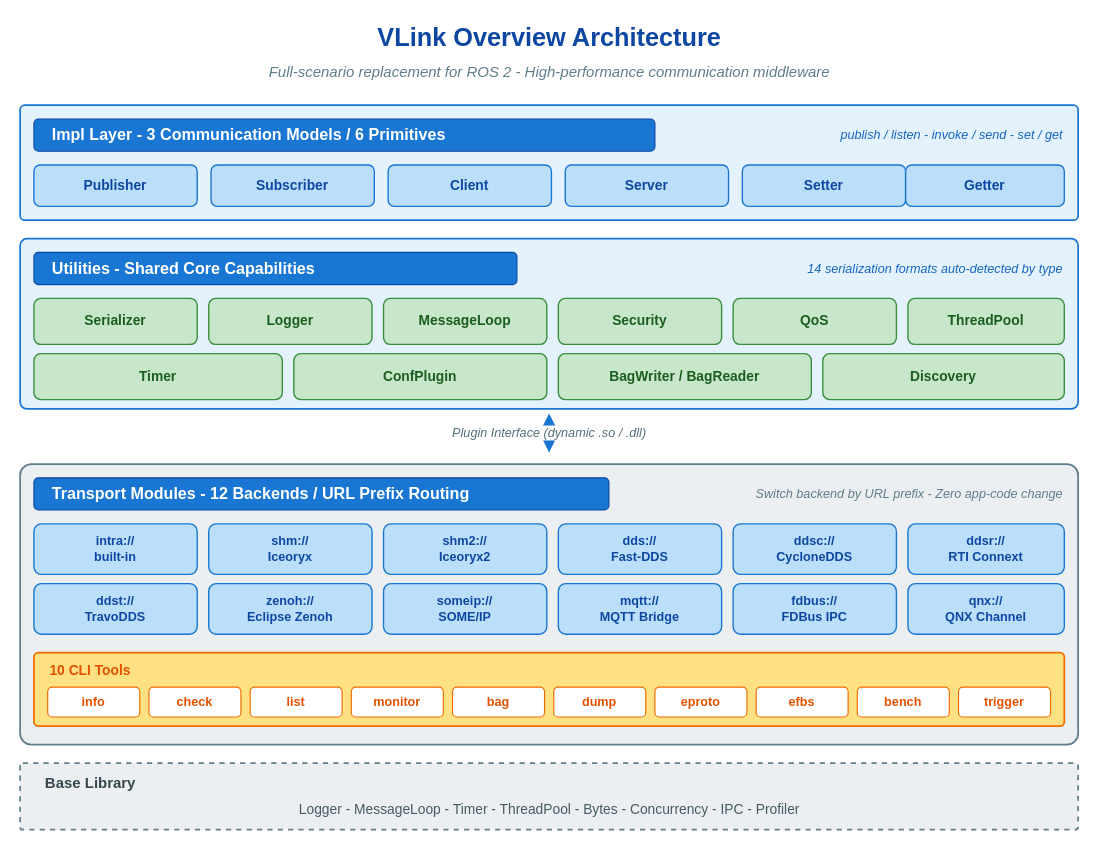
Earlier version of the draw.io diagram doc/images/overview-architecture.drawio (thun-res/vlink). Source tidied: cells renumbered, new cells numbered last; positions are measured from the earlier drawing's top-left corner, leaving out a move shared by most shapes. Both pictures are drawn from the tidied source at 115%, with x=0, y=0 at pixel (20, 20).
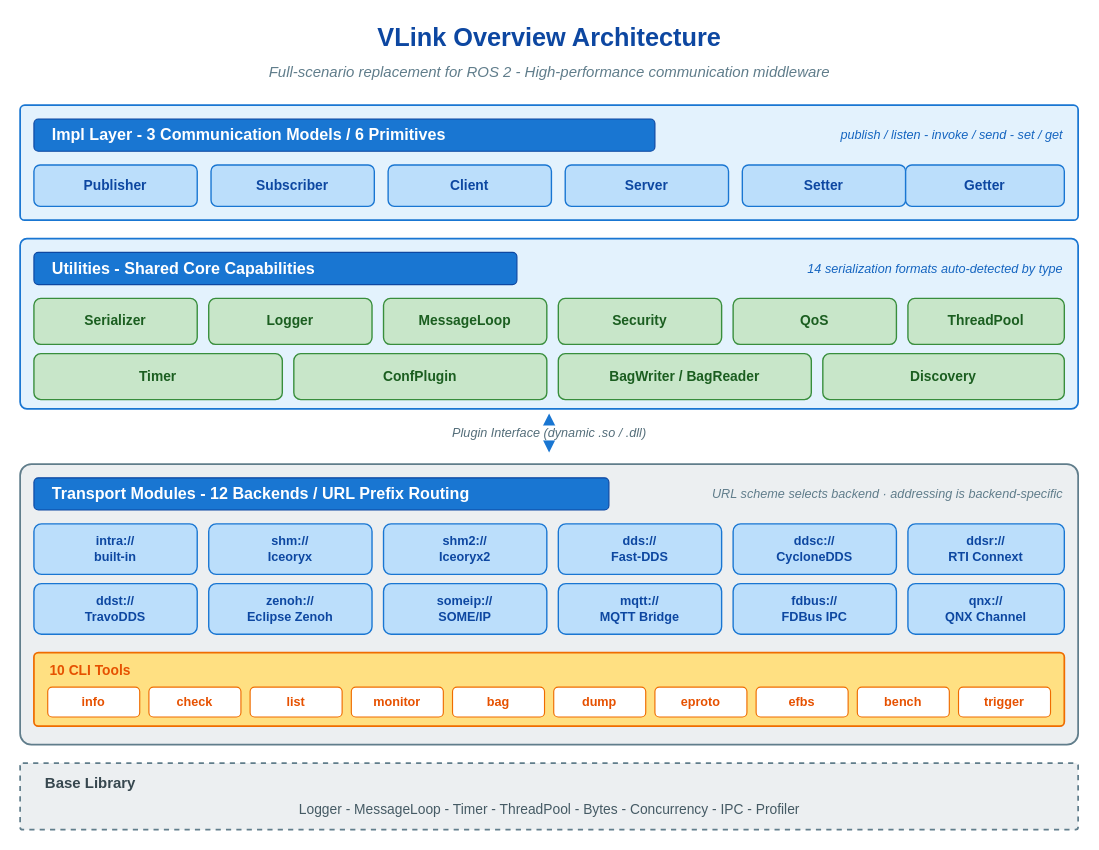
After the change.

Diff of the diagram source:
```diff
@@
-    <mxCell id="29" value="Switch backend by URL prefix  -  Zero app-code change" style="text;html=1;align=right;verticalAlign=middle;strokeColor=none;fillColor=none;fontFamily=Helvetica;fontSize=11;fontStyle=2;fontColor=#607d8b;" parent="1" vertex="1">
+    <mxCell id="29" value="URL scheme selects backend · addressing is backend-specific" style="text;html=1;align=right;verticalAlign=middle;strokeColor=none;fillColor=none;fontFamily=Helvetica;fontSize=11;fontStyle=2;fontColor=#607d8b;" parent="1" vertex="1">
       <mxGeometry x="488" y="400" width="420" height="24" as="geometry" />
     </mxCell>
```
